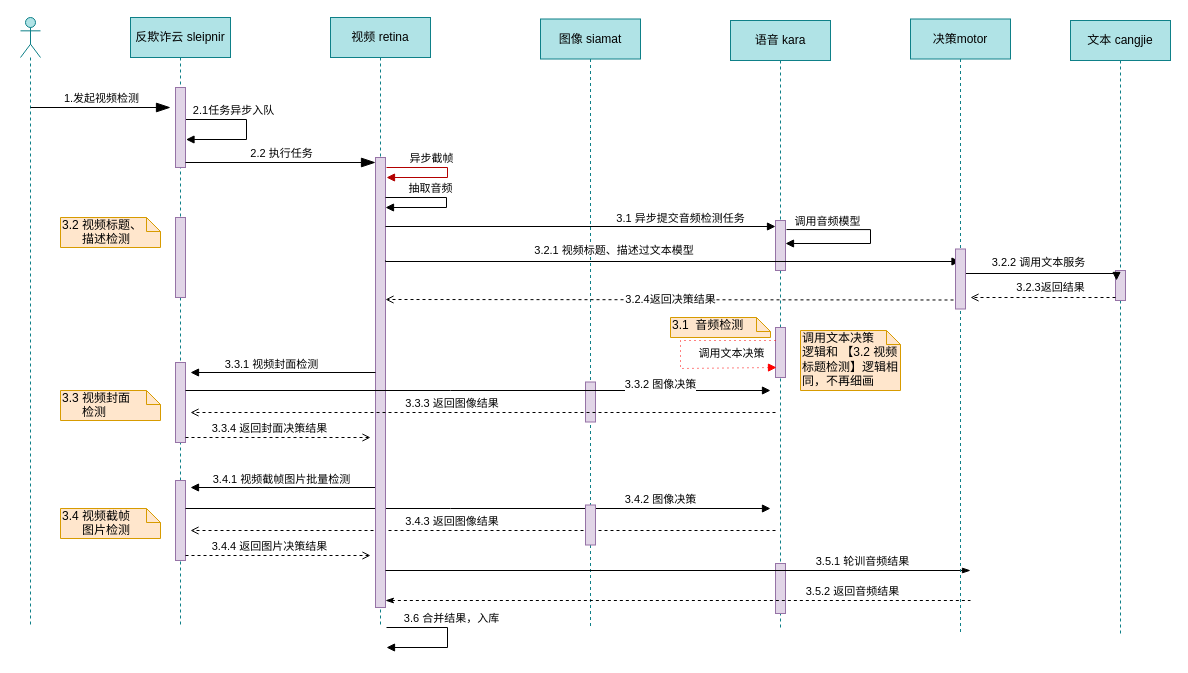
FataliBud/draw.io keeps this draw.io diagram as 企业级调用时序图.drawio. Above is the earlier version. Source tidied: cells renumbered, new cells numbered last; positions are measured from the earlier drawing's top-left corner, leaving out a move shared by most shapes. Both pictures are drawn from the tidied source at 100%, with x=0, y=0 at pixel (20, 17).
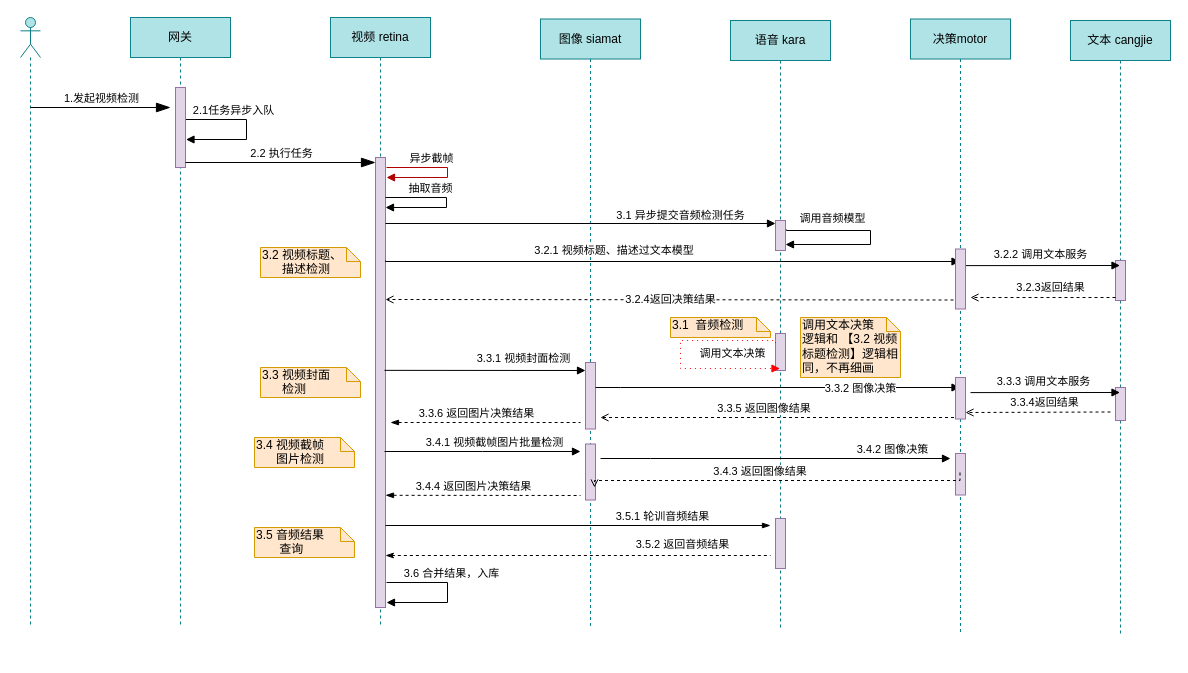
The same page after the edit.

Commit message (it also covers changes not shown here):
更新企业级调用时序图.drawio

Unchanged cells that the change refers to:
```xml
<mxCell id="24" style="html=1;points=[];perimeter=orthogonalPerimeter;fillColor=#e1d5e7;strokeColor=#9673a6;" parent="23" vertex="1">
  <mxGeometry x="45" y="140" width="10" height="450" as="geometry" />
</mxCell>
<mxCell id="25" value="文本 cangjie" style="shape=umlLifeline;perimeter=lifelinePerimeter;whiteSpace=wrap;html=1;outlineConnect=0;fillColor=#b0e3e6;strokeColor=#0e8088;" parent="1" vertex="1">
  <mxGeometry x="1050" y="3" width="100" height="613" as="geometry" />
</mxCell>
<mxCell id="27" value="图像 siamat" style="shape=umlLifeline;perimeter=lifelinePerimeter;whiteSpace=wrap;html=1;fillColor=#b0e3e6;strokeColor=#0e8088;" parent="1" vertex="1">
  <mxGeometry x="520" y="1.5" width="100" height="610" as="geometry" />
</mxCell>
<mxCell id="30" value="语音 kara" style="shape=umlLifeline;perimeter=lifelinePerimeter;whiteSpace=wrap;html=1;outlineConnect=0;fillColor=#b0e3e6;strokeColor=#0e8088;" parent="1" vertex="1">
  <mxGeometry x="710" y="3" width="100" height="610" as="geometry" />
</mxCell>
<mxCell id="69" value="决策motor" style="shape=umlLifeline;perimeter=lifelinePerimeter;whiteSpace=wrap;html=1;outlineConnect=0;fillColor=#b0e3e6;strokeColor=#0e8088;" parent="1" vertex="1">
  <mxGeometry x="890" y="1.5" width="100" height="613" as="geometry" />
</mxCell>
<mxCell id="70" style="html=1;points=[];perimeter=orthogonalPerimeter;fillColor=#e1d5e7;strokeColor=#9673a6;" parent="69" vertex="1">
  <mxGeometry x="45" y="230" width="10" height="60" as="geometry" />
</mxCell>
```

Diff of the diagram source:
```diff
@@
-    <mxCell id="5" value="反欺诈云 sleipnir" style="shape=umlLifeline;perimeter=lifelinePerimeter;whiteSpace=wrap;html=1;fillColor=#b0e3e6;strokeColor=#0e8088;" parent="1" vertex="1">
+    <mxCell id="5" value="网关" style="shape=umlLifeline;perimeter=lifelinePerimeter;whiteSpace=wrap;html=1;fillColor=#b0e3e6;strokeColor=#0e8088;" parent="1" vertex="1">
       <mxGeometry x="110" width="100" height="610" as="geometry" />
     </mxCell>
@@
-    <mxCell id="9" style="html=1;perimeter=orthogonalPerimeter;fillColor=#e1d5e7;strokeColor=#9673a6;" parent="5" vertex="1">
-      <mxGeometry x="45" y="200" width="10" height="80" as="geometry" />
-    </mxCell>
-    <mxCell id="10" style="html=1;points=[];perimeter=orthogonalPerimeter;fillColor=#e1d5e7;strokeColor=#9673a6;" parent="5" vertex="1">
-      <mxGeometry x="45" y="345" width="10" height="80" as="geometry" />
-    </mxCell>
-    <mxCell id="11" style="html=1;points=[];perimeter=orthogonalPerimeter;fillColor=#e1d5e7;strokeColor=#9673a6;" parent="5" vertex="1">
-      <mxGeometry x="45" y="463" width="10" height="80" as="geometry" />
-    </mxCell>
-    <mxCell id="12" style="edgeStyle=elbowEdgeStyle;rounded=0;orthogonalLoop=1;jettySize=auto;elbow=vertical;html=1;endArrow=block;endFill=1;" parent="5" edge="1">
-      <mxGeometry relative="1" as="geometry">
-        <mxPoint x="245" y="470" as="sourcePoint" />
-        <mxPoint x="60" y="470" as="targetPoint" />
-      </mxGeometry>
-    </mxCell>
-    <mxCell id="13" value="3.4.1 视频截帧图片批量检测" style="edgeLabel;html=1;align=center;verticalAlign=middle;" parent="12" vertex="1">
-      <mxGeometry x="0.26" y="2" relative="1" as="geometry">
-        <mxPoint x="22" y="-11" as="offset" />
-      </mxGeometry>
-    </mxCell>
-    <mxCell id="14" style="edgeStyle=elbowEdgeStyle;rounded=0;jettySize=auto;elbow=vertical;html=1;endArrow=block;endFill=1;" parent="5" edge="1" source="11">
-      <mxGeometry relative="1" as="geometry">
-        <mxPoint x="640" y="491" as="targetPoint" />
-        <Array as="points">
-          <mxPoint x="320" y="491" />
-        </Array>
-      </mxGeometry>
-    </mxCell>
-    <mxCell id="15" value="3.4.2 图像决策" style="edgeLabel;html=1;align=center;verticalAlign=middle;" parent="14" vertex="1">
-      <mxGeometry x="0.56" y="2" relative="1" as="geometry">
-        <mxPoint x="18" y="-8" as="offset" />
-      </mxGeometry>
-    </mxCell>
-    <mxCell id="16" style="edgeStyle=elbowEdgeStyle;rounded=0;orthogonalLoop=1;jettySize=auto;elbow=vertical;html=1;endArrow=open;endFill=0;dashed=1;" parent="5" edge="1">
-      <mxGeometry relative="1" as="geometry">
-        <mxPoint x="645" y="513" as="sourcePoint" />
-        <mxPoint x="60" y="513" as="targetPoint" />
-      </mxGeometry>
-    </mxCell>
-    <mxCell id="17" value="&amp;nbsp;3.4.3 返回图像结果" style="edgeLabel;html=1;align=center;verticalAlign=middle;" parent="16" vertex="1">
-      <mxGeometry x="0.14" y="-2" relative="1" as="geometry">
-        <mxPoint x="7" y="-8" as="offset" />
-      </mxGeometry>
-    </mxCell>
-    <mxCell id="18" style="edgeStyle=elbowEdgeStyle;rounded=0;orthogonalLoop=1;jettySize=auto;elbow=vertical;html=1;dashed=1;endArrow=open;endFill=0;" parent="5" edge="1">
-      <mxGeometry relative="1" as="geometry">
-        <mxPoint x="55" y="538" as="sourcePoint" />
-        <mxPoint x="240" y="538" as="targetPoint" />
-      </mxGeometry>
-    </mxCell>
-    <mxCell id="19" value="3.4.4 返回图片决策结果" style="edgeLabel;html=1;align=center;verticalAlign=middle;" parent="18" vertex="1">
-      <mxGeometry y="-31" relative="1" as="geometry">
-        <mxPoint x="-10" y="-41" as="offset" />
-      </mxGeometry>
-    </mxCell>
-    <mxCell id="20" value="3.4 视频截帧&lt;br&gt;&amp;nbsp; &amp;nbsp; &amp;nbsp; 图片检测" style="shape=note;whiteSpace=wrap;html=1;size=14;verticalAlign=top;align=left;spacingTop=-6;fillColor=#ffe6cc;strokeColor=#d79b00;" parent="5" vertex="1">
-      <mxGeometry x="-70" y="491" width="100" height="30" as="geometry" />
-    </mxCell>
@@
     <mxCell id="26" style="html=1;points=[];perimeter=orthogonalPerimeter;fillColor=#e1d5e7;strokeColor=#9673a6;" parent="25" vertex="1">
-      <mxGeometry x="45" y="250" width="10" height="30" as="geometry" />
+      <mxGeometry x="45" y="240" width="10" height="40" as="geometry" />
     </mxCell>
+    <mxCell id="71" style="html=1;perimeter=orthogonalPerimeter;fillColor=#e1d5e7;strokeColor=#9673a6;" parent="25" vertex="1">
+      <mxGeometry x="45" y="367" width="10" height="33" as="geometry" />
+    </mxCell>
@@
+    <mxCell id="29" style="html=1;points=[];perimeter=orthogonalPerimeter;fillColor=#e1d5e7;strokeColor=#9673a6;" parent="27" vertex="1">
+      <mxGeometry x="45" y="425" width="10" height="56" as="geometry" />
+    </mxCell>
     <mxCell id="28" style="html=1;points=[];perimeter=orthogonalPerimeter;fillColor=#e1d5e7;strokeColor=#9673a6;" parent="27" vertex="1">
-      <mxGeometry x="45" y="363" width="10" height="40" as="geometry" />
+      <mxGeometry x="45" y="343.5" width="10" height="66.5" as="geometry" />
     </mxCell>
-    <mxCell id="29" style="html=1;points=[];perimeter=orthogonalPerimeter;fillColor=#e1d5e7;strokeColor=#9673a6;" parent="27" vertex="1">
-      <mxGeometry x="45" y="486" width="10" height="40" as="geometry" />
-    </mxCell>
@@
     <mxCell id="31" style="html=1;points=[];perimeter=orthogonalPerimeter;fillColor=#e1d5e7;strokeColor=#9673a6;" parent="30" vertex="1">
-      <mxGeometry x="45" y="200" width="10" height="50" as="geometry" />
+      <mxGeometry x="45" y="200" width="10" height="30" as="geometry" />
     </mxCell>
     <mxCell id="32" style="html=1;perimeter=orthogonalPerimeter;fillColor=#e1d5e7;strokeColor=#9673a6;" parent="30" vertex="1">
-      <mxGeometry x="45" y="543" width="10" height="50" as="geometry" />
+      <mxGeometry x="45" y="498" width="10" height="50" as="geometry" />
     </mxCell>
-    <mxCell id="33" style="edgeStyle=orthogonalEdgeStyle;html=1;align=left;spacingLeft=2;endArrow=block;rounded=0;exitX=1.1;exitY=0.181;exitDx=0;exitDy=0;exitPerimeter=0;entryX=1;entryY=0.46;entryDx=0;entryDy=0;entryPerimeter=0;" parent="30" edge="1" source="31" target="31">
+    <mxCell id="33" style="edgeStyle=orthogonalEdgeStyle;html=1;align=left;spacingLeft=2;endArrow=block;rounded=0;exitX=1.1;exitY=0.3;exitDx=0;exitDy=0;exitPerimeter=0;" parent="30" edge="1" source="31">
       <mxGeometry x="-0.14" y="36" relative="1" as="geometry">
+        <mxPoint x="55" y="224" as="targetPoint" />
         <Array as="points">
-          <mxPoint x="140" y="209" />
-          <mxPoint x="140" y="223" />
+          <mxPoint x="56" y="210" />
+          <mxPoint x="140" y="210" />
+          <mxPoint x="140" y="224" />
         </Array>
         <mxPoint x="-16" y="-30" as="offset" />
       </mxGeometry>
     </mxCell>
     <mxCell id="34" value="&lt;span style=&quot;text-align: left&quot;&gt;调用音频模型&lt;/span&gt;" style="edgeLabel;html=1;align=center;verticalAlign=middle;" parent="33" vertex="1">
       <mxGeometry x="-0.58" y="-1" relative="1" as="geometry">
-        <mxPoint x="3" y="-10" as="offset" />
+        <mxPoint x="7" y="-14" as="offset" />
       </mxGeometry>
     </mxCell>
     <mxCell id="35" style="html=1;points=[];perimeter=orthogonalPerimeter;fillColor=#e1d5e7;strokeColor=#9673a6;" parent="30" vertex="1">
-      <mxGeometry x="45" y="307" width="10" height="50" as="geometry" />
+      <mxGeometry x="45" y="313" width="10" height="37" as="geometry" />
     </mxCell>
-    <mxCell id="36" style="edgeStyle=orthogonalEdgeStyle;html=1;align=left;spacingLeft=2;endArrow=block;rounded=0;dashed=1;dashPattern=1 4;strokeColor=#FF0000;exitX=0;exitY=0.26;exitDx=0;exitDy=0;exitPerimeter=0;entryX=0.1;entryY=0.8;entryDx=0;entryDy=0;entryPerimeter=0;" parent="30" edge="1" source="35" target="35">
+    <mxCell id="36" style="edgeStyle=orthogonalEdgeStyle;html=1;align=left;spacingLeft=2;endArrow=block;rounded=0;dashed=1;dashPattern=1 4;strokeColor=#FF0000;exitX=0;exitY=0.26;exitDx=0;exitDy=0;exitPerimeter=0;" parent="30" edge="1" source="35" target="30">
       <mxGeometry x="-0.14" y="36" relative="1" as="geometry">
         <Array as="points">
+          <mxPoint x="45" y="320" />
           <mxPoint x="-50" y="320" />
           <mxPoint x="-50" y="348" />
         </Array>
         <mxPoint x="-16" y="-30" as="offset" />
       </mxGeometry>
     </mxCell>
@@
-    <mxCell id="46" style="edgeStyle=elbowEdgeStyle;rounded=0;jettySize=auto;elbow=vertical;html=1;endArrow=block;endFill=1;exitX=0.9;exitY=0.277;exitDx=0;exitDy=0;exitPerimeter=0;entryX=0.1;entryY=0.333;entryDx=0;entryDy=0;entryPerimeter=0;" parent="1" edge="1" source="70" target="26">
+    <mxCell id="46" style="edgeStyle=elbowEdgeStyle;rounded=0;jettySize=auto;elbow=vertical;html=1;endArrow=block;endFill=1;exitX=0.9;exitY=0.277;exitDx=0;exitDy=0;exitPerimeter=0;" parent="1" edge="1" source="70" target="25">
       <mxGeometry relative="1" as="geometry" />
     </mxCell>
@@
-    <mxCell id="51" style="edgeStyle=elbowEdgeStyle;rounded=0;orthogonalLoop=1;jettySize=auto;elbow=vertical;html=1;endArrow=block;endFill=1;" parent="1" edge="1">
-      <mxGeometry relative="1" as="geometry">
-        <mxPoint x="355" y="355" as="sourcePoint" />
-        <mxPoint x="170" y="355" as="targetPoint" />
-      </mxGeometry>
+    <mxCell id="51" style="edgeStyle=elbowEdgeStyle;rounded=0;jettySize=auto;elbow=vertical;html=1;endArrow=block;endFill=1;exitX=0.9;exitY=0.473;exitDx=0;exitDy=0;exitPerimeter=0;" parent="1" edge="1" source="24" target="28">
+      <mxGeometry relative="1" as="geometry" />
     </mxCell>
@@
-    <mxCell id="53" style="edgeStyle=elbowEdgeStyle;rounded=0;jettySize=auto;elbow=vertical;html=1;endArrow=block;endFill=1;" parent="1" edge="1" source="10">
+    <mxCell id="53" style="edgeStyle=elbowEdgeStyle;rounded=0;orthogonalLoop=1;jettySize=auto;elbow=vertical;html=1;endArrow=block;endFill=1;startArrow=none;" parent="1" edge="1">
       <mxGeometry relative="1" as="geometry">
-        <mxPoint x="750" y="373" as="targetPoint" />
+        <mxPoint x="575" y="370" as="sourcePoint" />
+        <mxPoint x="939.5" y="370" as="targetPoint" />
         <Array as="points">
-          <mxPoint x="430" y="373" />
+          <mxPoint x="600" y="370" />
         </Array>
       </mxGeometry>
     </mxCell>
     <mxCell id="54" value="3.3.2 图像决策" style="edgeLabel;html=1;align=center;verticalAlign=middle;" parent="53" vertex="1">
       <mxGeometry x="0.56" y="2" relative="1" as="geometry">
-        <mxPoint x="18" y="-5" as="offset" />
+        <mxPoint x="-20" y="2" as="offset" />
       </mxGeometry>
     </mxCell>
     <mxCell id="55" value="3.2 视频标题、&lt;br&gt;&amp;nbsp; &amp;nbsp; &amp;nbsp; 描述检测" style="shape=note;whiteSpace=wrap;html=1;size=14;verticalAlign=top;align=left;spacingTop=-6;fillColor=#ffe6cc;strokeColor=#d79b00;" parent="1" vertex="1">
-      <mxGeometry x="40" y="200" width="100" height="30" as="geometry" />
+      <mxGeometry x="240" y="230" width="100" height="30" as="geometry" />
     </mxCell>
     <mxCell id="56" style="edgeStyle=elbowEdgeStyle;rounded=0;orthogonalLoop=1;jettySize=auto;elbow=vertical;html=1;endArrow=open;endFill=0;dashed=1;" parent="1" edge="1">
       <mxGeometry relative="1" as="geometry">
-        <mxPoint x="755" y="395" as="sourcePoint" />
-        <mxPoint x="170" y="395" as="targetPoint" />
+        <mxPoint x="939.5" y="400" as="sourcePoint" />
+        <mxPoint x="580" y="400" as="targetPoint" />
       </mxGeometry>
     </mxCell>
-    <mxCell id="57" value="&amp;nbsp;3.3.3 返回图像结果" style="edgeLabel;html=1;align=center;verticalAlign=middle;" parent="56" vertex="1">
+    <mxCell id="57" value="&amp;nbsp;3.3.5 返回图像结果" style="edgeLabel;html=1;align=center;verticalAlign=middle;" parent="56" vertex="1">
       <mxGeometry x="0.14" y="-2" relative="1" as="geometry">
         <mxPoint x="7" y="-8" as="offset" />
       </mxGeometry>
     </mxCell>
-    <mxCell id="58" style="edgeStyle=elbowEdgeStyle;rounded=0;orthogonalLoop=1;jettySize=auto;elbow=vertical;html=1;dashed=1;endArrow=open;endFill=0;" parent="1" edge="1">
-      <mxGeometry relative="1" as="geometry">
-        <mxPoint x="165" y="420" as="sourcePoint" />
-        <mxPoint x="350" y="420" as="targetPoint" />
-      </mxGeometry>
-    </mxCell>
-    <mxCell id="59" value="3.3.4 返回封面决策结果" style="edgeLabel;html=1;align=center;verticalAlign=middle;" parent="58" vertex="1">
-      <mxGeometry y="-31" relative="1" as="geometry">
-        <mxPoint x="-10" y="-41" as="offset" />
-      </mxGeometry>
-    </mxCell>
@@
     <mxCell id="61" value="3.3 视频封面&lt;br&gt;&amp;nbsp; &amp;nbsp; &amp;nbsp; 检测" style="shape=note;whiteSpace=wrap;html=1;size=14;verticalAlign=top;align=left;spacingTop=-6;fillColor=#ffe6cc;strokeColor=#d79b00;" parent="1" vertex="1">
-      <mxGeometry x="40" y="373" width="100" height="30" as="geometry" />
+      <mxGeometry x="240" y="350" width="100" height="30" as="geometry" />
     </mxCell>
     <mxCell id="62" value="调用文本决策&lt;br&gt;逻辑和 【3.2 视频标题检测】逻辑相同，不再细画" style="shape=note;whiteSpace=wrap;html=1;size=14;verticalAlign=top;align=left;spacingTop=-6;fillColor=#ffe6cc;strokeColor=#d79b00;" parent="1" vertex="1">
-      <mxGeometry x="780" y="313" width="100" height="60" as="geometry" />
+      <mxGeometry x="780" y="300" width="100" height="60" as="geometry" />
     </mxCell>
     <mxCell id="63" style="edgeStyle=elbowEdgeStyle;rounded=0;orthogonalLoop=1;jettySize=auto;elbow=vertical;html=1;startArrow=none;startFill=0;endArrow=blockThin;endFill=1;" parent="1" edge="1">
       <mxGeometry relative="1" as="geometry">
-        <mxPoint x="365" y="553" as="sourcePoint" />
-        <mxPoint x="950" y="553" as="targetPoint" />
+        <mxPoint x="365" y="508" as="sourcePoint" />
+        <mxPoint x="750" y="508" as="targetPoint" />
       </mxGeometry>
     </mxCell>
     <mxCell id="64" value="3.5.1 轮训音频结果" style="edgeLabel;html=1;align=center;verticalAlign=middle;" parent="63" vertex="1">
       <mxGeometry x="0.49" y="1" relative="1" as="geometry">
-        <mxPoint x="40" y="-9" as="offset" />
+        <mxPoint x="-11" y="-9" as="offset" />
       </mxGeometry>
     </mxCell>
     <mxCell id="65" style="edgeStyle=elbowEdgeStyle;rounded=0;orthogonalLoop=1;jettySize=auto;elbow=vertical;html=1;startArrow=classicThin;startFill=1;endArrow=none;endFill=0;dashed=1;" parent="1" edge="1">
       <mxGeometry relative="1" as="geometry">
-        <mxPoint x="365" y="583" as="sourcePoint" />
-        <mxPoint x="950" y="583" as="targetPoint" />
+        <mxPoint x="365" y="538" as="sourcePoint" />
+        <mxPoint x="750" y="538" as="targetPoint" />
       </mxGeometry>
     </mxCell>
     <mxCell id="66" value="3.5.2 返回音频结果" style="edgeLabel;html=1;align=center;verticalAlign=middle;" parent="65" vertex="1">
       <mxGeometry x="0.49" y="1" relative="1" as="geometry">
-        <mxPoint x="30" y="-9" as="offset" />
+        <mxPoint x="9" y="-11" as="offset" />
       </mxGeometry>
     </mxCell>
     <mxCell id="67" style="edgeStyle=orthogonalEdgeStyle;html=1;align=left;spacingLeft=2;endArrow=block;rounded=0;" parent="1" edge="1">
       <mxGeometry x="-0.14" y="36" relative="1" as="geometry">
-        <mxPoint x="366" y="610" as="sourcePoint" />
-        <mxPoint x="366" y="630" as="targetPoint" />
+        <mxPoint x="366" y="565" as="sourcePoint" />
+        <mxPoint x="366" y="585" as="targetPoint" />
         <Array as="points">
-          <mxPoint x="427" y="610" />
-          <mxPoint x="427" y="630" />
-          <mxPoint x="366" y="630" />
+          <mxPoint x="427" y="565" />
+          <mxPoint x="427" y="585" />
+          <mxPoint x="366" y="585" />
         </Array>
         <mxPoint x="-16" y="-30" as="offset" />
       </mxGeometry>
     </mxCell>
@@
+    <mxCell id="72" style="html=1;perimeter=orthogonalPerimeter;fillColor=#e1d5e7;strokeColor=#9673a6;" parent="69" vertex="1">
+      <mxGeometry x="45" y="358.5" width="10" height="41.5" as="geometry" />
+    </mxCell>
+    <mxCell id="73" style="html=1;perimeter=orthogonalPerimeter;fillColor=#e1d5e7;strokeColor=#9673a6;" parent="69" vertex="1">
+      <mxGeometry x="45" y="434.5" width="10" height="41.5" as="geometry" />
+    </mxCell>
+    <mxCell id="74" style="edgeStyle=elbowEdgeStyle;rounded=0;orthogonalLoop=1;jettySize=auto;elbow=vertical;html=1;endArrow=block;endFill=1;exitX=0.9;exitY=0.277;exitDx=0;exitDy=0;exitPerimeter=0;" parent="1" edge="1">
+      <mxGeometry relative="1" as="geometry">
+        <mxPoint x="950" y="375.1" as="sourcePoint" />
+        <mxPoint x="1099.5" y="375" as="targetPoint" />
+        <Array as="points">
+          <mxPoint x="940" y="375" />
+        </Array>
+      </mxGeometry>
+    </mxCell>
+    <mxCell id="75" value="3.3.3 调用文本服务" style="edgeLabel;html=1;align=center;verticalAlign=middle;" parent="74" vertex="1">
+      <mxGeometry y="-70" relative="1" as="geometry">
+        <mxPoint x="-2" y="-82" as="offset" />
+      </mxGeometry>
+    </mxCell>
+    <mxCell id="76" style="edgeStyle=elbowEdgeStyle;rounded=0;orthogonalLoop=1;jettySize=auto;elbow=vertical;html=1;endArrow=open;endFill=0;dashed=1;" parent="1" edge="1">
+      <mxGeometry relative="1" as="geometry">
+        <mxPoint x="1090" y="394.5" as="sourcePoint" />
+        <mxPoint x="945" y="394.5" as="targetPoint" />
+      </mxGeometry>
+    </mxCell>
+    <mxCell id="77" value="3.3.4返回结果" style="edgeLabel;html=1;align=center;verticalAlign=middle;" parent="76" vertex="1">
+      <mxGeometry x="0.61" y="-2" relative="1" as="geometry">
+        <mxPoint x="51" y="-9" as="offset" />
+      </mxGeometry>
+    </mxCell>
+    <mxCell id="12" style="edgeStyle=elbowEdgeStyle;rounded=0;orthogonalLoop=1;jettySize=auto;elbow=vertical;html=1;endArrow=block;endFill=1;exitX=0.9;exitY=0.731;exitDx=0;exitDy=0;exitPerimeter=0;" parent="1" edge="1">
+      <mxGeometry relative="1" as="geometry">
+        <mxPoint x="364" y="434" as="sourcePoint" />
+        <mxPoint x="560" y="434" as="targetPoint" />
+      </mxGeometry>
+    </mxCell>
+    <mxCell id="13" value="3.4.1 视频截帧图片批量检测" style="edgeLabel;html=1;align=center;verticalAlign=middle;" parent="12" vertex="1">
+      <mxGeometry x="0.26" y="2" relative="1" as="geometry">
+        <mxPoint x="-14" y="-8" as="offset" />
+      </mxGeometry>
+    </mxCell>
+    <mxCell id="14" style="edgeStyle=elbowEdgeStyle;rounded=0;orthogonalLoop=1;jettySize=auto;elbow=vertical;html=1;endArrow=block;endFill=1;" parent="1" edge="1">
+      <mxGeometry relative="1" as="geometry">
+        <mxPoint x="580" y="441" as="sourcePoint" />
+        <mxPoint x="930" y="441" as="targetPoint" />
+        <Array as="points">
+          <mxPoint x="630" y="441" />
+        </Array>
+      </mxGeometry>
+    </mxCell>
+    <mxCell id="15" value="3.4.2 图像决策" style="edgeLabel;html=1;align=center;verticalAlign=middle;" parent="14" vertex="1">
+      <mxGeometry x="0.56" y="2" relative="1" as="geometry">
+        <mxPoint x="18" y="-8" as="offset" />
+      </mxGeometry>
+    </mxCell>
+    <mxCell id="16" style="edgeStyle=elbowEdgeStyle;rounded=0;jettySize=auto;elbow=vertical;html=1;endArrow=open;endFill=0;dashed=1;entryX=0.9;entryY=0.777;entryDx=0;entryDy=0;entryPerimeter=0;" parent="1" edge="1" target="29">
+      <mxGeometry relative="1" as="geometry">
+        <mxPoint x="939.5" y="455" as="sourcePoint" />
+      </mxGeometry>
+    </mxCell>
+    <mxCell id="17" value="&amp;nbsp;3.4.3 返回图像结果" style="edgeLabel;html=1;align=center;verticalAlign=middle;" parent="16" vertex="1">
+      <mxGeometry x="0.14" y="-2" relative="1" as="geometry">
+        <mxPoint x="7" y="-8" as="offset" />
+      </mxGeometry>
+    </mxCell>
+    <mxCell id="18" style="edgeStyle=elbowEdgeStyle;rounded=0;orthogonalLoop=1;jettySize=auto;elbow=vertical;html=1;dashed=1;endArrow=none;endFill=0;exitX=1;exitY=0.884;exitDx=0;exitDy=0;exitPerimeter=0;shadow=0;startArrow=blockThin;startFill=1;" parent="1" edge="1">
+      <mxGeometry relative="1" as="geometry">
+        <mxPoint x="365" y="477.8" as="sourcePoint" />
+        <mxPoint x="560" y="478" as="targetPoint" />
+      </mxGeometry>
+    </mxCell>
+    <mxCell id="19" value="3.4.4 返回图片决策结果" style="edgeLabel;html=1;align=center;verticalAlign=middle;" parent="18" vertex="1">
+      <mxGeometry y="-31" relative="1" as="geometry">
+        <mxPoint x="-10" y="-41" as="offset" />
+      </mxGeometry>
+    </mxCell>
+    <mxCell id="78" style="edgeStyle=elbowEdgeStyle;rounded=0;orthogonalLoop=1;jettySize=auto;elbow=vertical;html=1;dashed=1;endArrow=none;endFill=0;shadow=0;startArrow=blockThin;startFill=1;" parent="1" edge="1">
+      <mxGeometry relative="1" as="geometry">
+        <mxPoint x="370" y="405" as="sourcePoint" />
+        <mxPoint x="560" y="405" as="targetPoint" />
+      </mxGeometry>
+    </mxCell>
+    <mxCell id="79" value="3.3.6 返回图片决策结果" style="edgeLabel;html=1;align=center;verticalAlign=middle;" parent="78" vertex="1">
+      <mxGeometry y="-31" relative="1" as="geometry">
+        <mxPoint x="-10" y="-41" as="offset" />
+      </mxGeometry>
+    </mxCell>
+    <mxCell id="20" value="3.4 视频截帧&lt;br&gt;&amp;nbsp; &amp;nbsp; &amp;nbsp; 图片检测" style="shape=note;whiteSpace=wrap;html=1;size=14;verticalAlign=top;align=left;spacingTop=-6;fillColor=#ffe6cc;strokeColor=#d79b00;" parent="1" vertex="1">
+      <mxGeometry x="234" y="420" width="100" height="30" as="geometry" />
+    </mxCell>
+    <mxCell id="80" value="3.5 音频结果&lt;br&gt;&amp;nbsp; &amp;nbsp; &amp;nbsp; &amp;nbsp;查询" style="shape=note;whiteSpace=wrap;html=1;size=14;verticalAlign=top;align=left;spacingTop=-6;fillColor=#ffe6cc;strokeColor=#d79b00;" parent="1" vertex="1">
+      <mxGeometry x="234" y="510" width="100" height="30" as="geometry" />
+    </mxCell>
```
